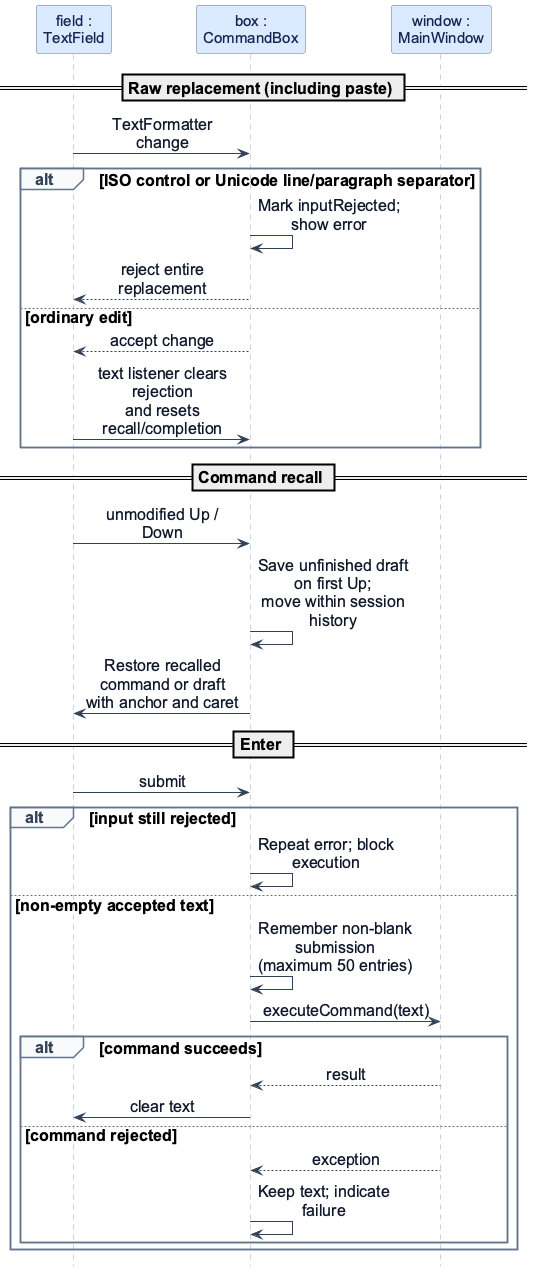
Above: docs/images/CommandRecallInput.png in AY2627S1-CS2103T-F13-3/tp (PlantUML), before the change. Its diagram source:
```plantuml
@startuml
!include feature-sequence-style.iuml
participant "field :\nTextField" as F
participant "box :\nCommandBox" as B
participant "window :\nMainWindow" as W

== Raw replacement (including paste) ==
F -> B : TextFormatter change
alt ISO control or Unicode line/paragraph separator
  B -> B : Mark inputRejected; show error
  B --> F : reject entire replacement
else ordinary edit
  B --> F : accept change
  F -> B : text listener clears rejection\nand resets recall/completion
end
== Command recall ==
F -> B : unmodified Up / Down
B -> B : Save unfinished draft on first Up;\nmove within session history
B -> F : Restore recalled command or draft\nwith anchor and caret
== Enter ==
F -> B : submit
alt input still rejected
  B -> B : Repeat error; block execution
else non-empty accepted text
  B -> B : Remember non-blank submission\n(maximum 50 entries)
  B -> W : executeCommand(text)
  alt command succeeds
    W --> B : result
    B -> F : clear text
  else command rejected
    W --> B : exception
    B -> B : Keep text; indicate failure
  end
end
@enduml
```
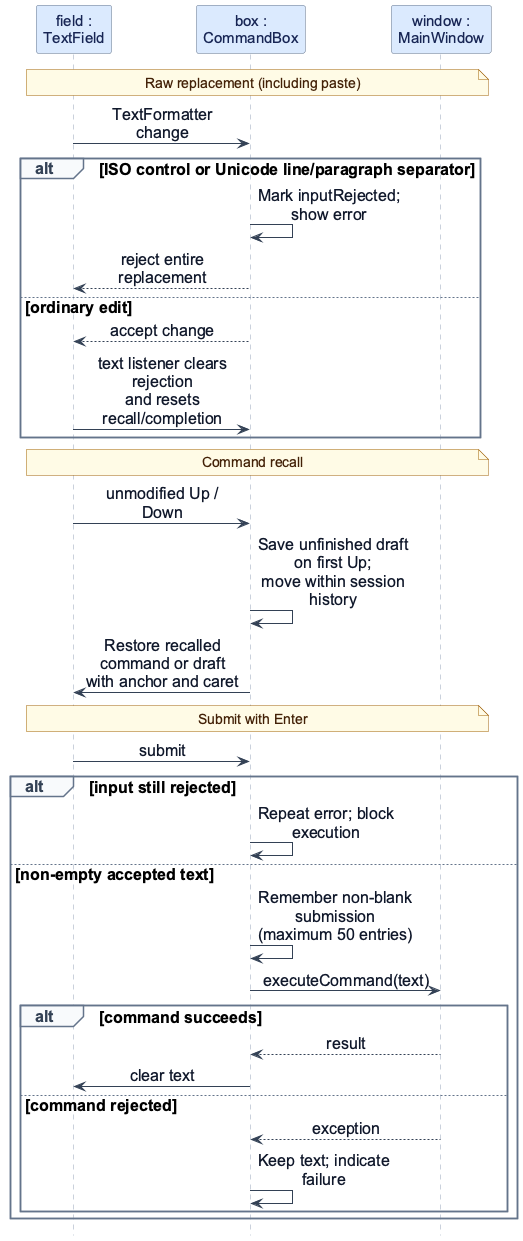
The same diagram one commit later.

The edit, as a diff of the source:
```diff
@@ -4,7 +4,9 @@
 participant "box :\nCommandBox" as B
 participant "window :\nMainWindow" as W
 
-== Raw replacement (including paste) ==
+note over F, W
+  Raw replacement (including paste)
+end note
 F -> B : TextFormatter change
 alt ISO control or Unicode line/paragraph separator
   B -> B : Mark inputRejected; show error
@@ -13,11 +15,15 @@
   B --> F : accept change
   F -> B : text listener clears rejection\nand resets recall/completion
 end
-== Command recall ==
+note over F, W
+  Command recall
+end note
 F -> B : unmodified Up / Down
 B -> B : Save unfinished draft on first Up;\nmove within session history
 B -> F : Restore recalled command or draft\nwith anchor and caret
-== Enter ==
+note over F, W
+  Submit with Enter
+end note
 F -> B : submit
 alt input still rejected
   B -> B : Repeat error; block execution
```
